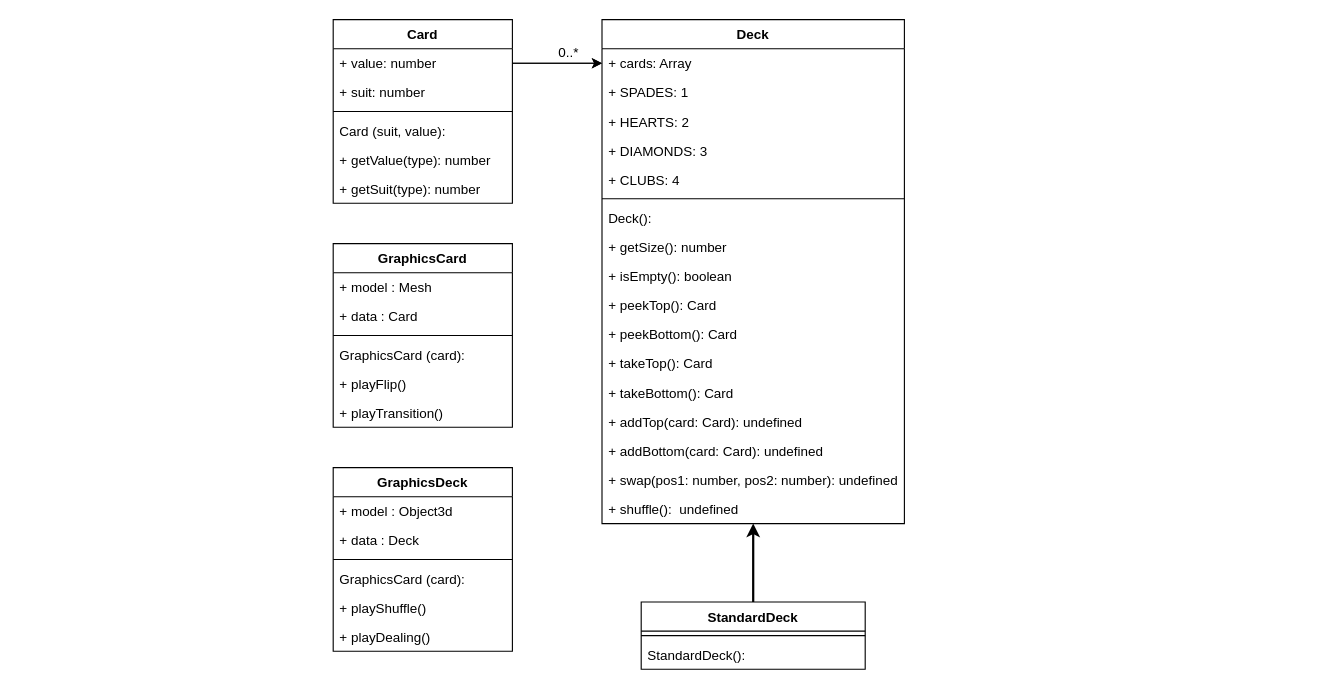
The draw.io diagram page "UML" (1 of 2) of Diagrams/src/UML.drawio in craveiroa/GameOfWar, before the edit. Source tidied: cells renumbered, new cells numbered last; positions are measured from the earlier drawing's top-left corner, leaving out a move shared by most shapes. Both pictures are drawn from the tidied source at 112%, with x=0, y=0 at pixel (333, 19).
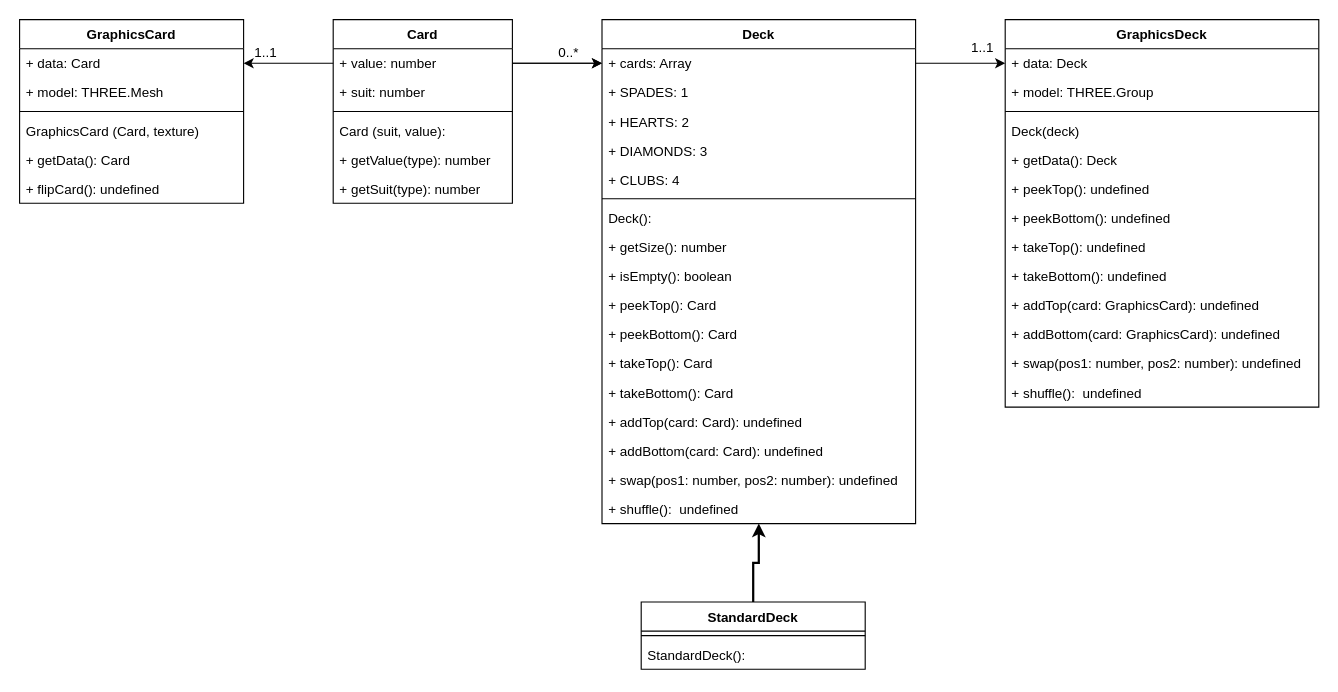
Above is the later version.

The change refers to these unchanged cells:
```xml
<mxCell id="3" value="+ value: number" style="text;strokeColor=none;fillColor=none;align=left;verticalAlign=top;spacingLeft=4;spacingRight=4;overflow=hidden;points=[[0,0.5],[1,0.5]];portConstraint=eastwest;" parent="2" vertex="1">
  <mxGeometry y="26" width="160" height="26" as="geometry" />
</mxCell>
```

The edit, as a diff of the source:
```diff
@@
     <mxCell id="9" value="Deck" style="swimlane;fontStyle=1;align=center;verticalAlign=top;horizontal=1;startSize=26;" parent="1" vertex="1">
-      <mxGeometry x="240" width="270" height="450" as="geometry" />
+      <mxGeometry x="240" width="280" height="450" as="geometry" />
     </mxCell>
     <mxCell id="10" value="+ cards: Array" style="text;strokeColor=none;fillColor=none;align=left;verticalAlign=top;spacingLeft=4;spacingRight=4;overflow=hidden;points=[[0,0.5],[1,0.5]];portConstraint=eastwest;" parent="9" vertex="1">
-      <mxGeometry y="26" width="270" height="26" as="geometry" />
+      <mxGeometry y="26" width="280" height="26" as="geometry" />
     </mxCell>
     <mxCell id="11" value="+ SPADES: 1" style="text;strokeColor=none;fillColor=none;align=left;verticalAlign=top;spacingLeft=4;spacingRight=4;overflow=hidden;" parent="9" vertex="1">
-      <mxGeometry y="52" width="270" height="26" as="geometry" />
+      <mxGeometry y="52" width="280" height="26" as="geometry" />
     </mxCell>
     <mxCell id="12" value="+ HEARTS: 2" style="text;strokeColor=none;fillColor=none;align=left;verticalAlign=top;spacingLeft=4;spacingRight=4;overflow=hidden;" parent="9" vertex="1">
-      <mxGeometry y="78" width="270" height="26" as="geometry" />
+      <mxGeometry y="78" width="280" height="26" as="geometry" />
     </mxCell>
     <mxCell id="13" value="+ DIAMONDS: 3" style="text;strokeColor=none;fillColor=none;align=left;verticalAlign=top;spacingLeft=4;spacingRight=4;overflow=hidden;" parent="9" vertex="1">
-      <mxGeometry y="104" width="270" height="26" as="geometry" />
+      <mxGeometry y="104" width="280" height="26" as="geometry" />
     </mxCell>
     <mxCell id="14" value="+ CLUBS: 4" style="text;strokeColor=none;fillColor=none;align=left;verticalAlign=top;spacingLeft=4;spacingRight=4;overflow=hidden;" parent="9" vertex="1">
-      <mxGeometry y="130" width="270" height="26" as="geometry" />
+      <mxGeometry y="130" width="280" height="26" as="geometry" />
     </mxCell>
     <mxCell id="15" style="line;strokeWidth=1;fillColor=none;align=left;verticalAlign=middle;spacingTop=-1;spacingLeft=3;spacingRight=3;labelPosition=right;strokeColor=inherit;" parent="9" vertex="1">
-      <mxGeometry y="156" width="270" height="8" as="geometry" />
+      <mxGeometry y="156" width="280" height="8" as="geometry" />
     </mxCell>
     <mxCell id="16" value="Deck():" style="text;strokeColor=none;fillColor=none;align=left;verticalAlign=top;spacingLeft=4;spacingRight=4;overflow=hidden;" parent="9" vertex="1">
-      <mxGeometry y="164" width="270" height="26" as="geometry" />
+      <mxGeometry y="164" width="280" height="26" as="geometry" />
     </mxCell>
     <mxCell id="17" value="+ getSize(): number" style="text;strokeColor=none;fillColor=none;align=left;verticalAlign=top;spacingLeft=4;spacingRight=4;overflow=hidden;" parent="9" vertex="1">
-      <mxGeometry y="190" width="270" height="26" as="geometry" />
+      <mxGeometry y="190" width="280" height="26" as="geometry" />
     </mxCell>
     <mxCell id="18" value="+ isEmpty(): boolean" style="text;strokeColor=none;fillColor=none;align=left;verticalAlign=top;spacingLeft=4;spacingRight=4;overflow=hidden;" parent="9" vertex="1">
-      <mxGeometry y="216" width="270" height="26" as="geometry" />
+      <mxGeometry y="216" width="280" height="26" as="geometry" />
     </mxCell>
     <mxCell id="19" value="+ peekTop(): Card" style="text;strokeColor=none;fillColor=none;align=left;verticalAlign=top;spacingLeft=4;spacingRight=4;overflow=hidden;" parent="9" vertex="1">
-      <mxGeometry y="242" width="270" height="26" as="geometry" />
+      <mxGeometry y="242" width="280" height="26" as="geometry" />
     </mxCell>
     <mxCell id="20" value="+ peekBottom(): Card" style="text;strokeColor=none;fillColor=none;align=left;verticalAlign=top;spacingLeft=4;spacingRight=4;overflow=hidden;" parent="9" vertex="1">
-      <mxGeometry y="268" width="270" height="26" as="geometry" />
+      <mxGeometry y="268" width="280" height="26" as="geometry" />
     </mxCell>
     <mxCell id="21" value="+ takeTop(): Card" style="text;strokeColor=none;fillColor=none;align=left;verticalAlign=top;spacingLeft=4;spacingRight=4;overflow=hidden;" parent="9" vertex="1">
-      <mxGeometry y="294" width="270" height="26" as="geometry" />
+      <mxGeometry y="294" width="280" height="26" as="geometry" />
     </mxCell>
     <mxCell id="22" value="+ takeBottom(): Card" style="text;strokeColor=none;fillColor=none;align=left;verticalAlign=top;spacingLeft=4;spacingRight=4;overflow=hidden;" parent="9" vertex="1">
-      <mxGeometry y="320" width="270" height="26" as="geometry" />
+      <mxGeometry y="320" width="280" height="26" as="geometry" />
     </mxCell>
     <mxCell id="23" value="+ addTop(card: Card): undefined" style="text;strokeColor=none;fillColor=none;align=left;verticalAlign=top;spacingLeft=4;spacingRight=4;overflow=hidden;" parent="9" vertex="1">
-      <mxGeometry y="346" width="270" height="26" as="geometry" />
+      <mxGeometry y="346" width="280" height="26" as="geometry" />
     </mxCell>
     <mxCell id="24" value="+ addBottom(card: Card): undefined" style="text;strokeColor=none;fillColor=none;align=left;verticalAlign=top;spacingLeft=4;spacingRight=4;overflow=hidden;" parent="9" vertex="1">
-      <mxGeometry y="372" width="270" height="26" as="geometry" />
+      <mxGeometry y="372" width="280" height="26" as="geometry" />
     </mxCell>
     <mxCell id="25" value="+ swap(pos1: number, pos2: number): undefined" style="text;strokeColor=none;fillColor=none;align=left;verticalAlign=top;spacingLeft=4;spacingRight=4;overflow=hidden;" parent="9" vertex="1">
-      <mxGeometry y="398" width="270" height="26" as="geometry" />
+      <mxGeometry y="398" width="280" height="26" as="geometry" />
     </mxCell>
     <mxCell id="26" value="+ shuffle():  undefined" style="text;strokeColor=none;fillColor=none;align=left;verticalAlign=top;spacingLeft=4;spacingRight=4;overflow=hidden;points=[[0,0.5],[1,0.5]];portConstraint=eastwest;" parent="9" vertex="1">
-      <mxGeometry y="424" width="270" height="26" as="geometry" />
+      <mxGeometry y="424" width="280" height="26" as="geometry" />
     </mxCell>
@@
     <mxCell id="34" value="GraphicsCard" style="swimlane;fontStyle=1;align=center;verticalAlign=top;horizontal=1;startSize=26;" parent="1" vertex="1">
-      <mxGeometry y="200" width="160" height="164" as="geometry" />
+      <mxGeometry x="-280" width="200" height="164" as="geometry" />
     </mxCell>
-    <mxCell id="35" value="+ model : Mesh" style="text;strokeColor=none;fillColor=none;align=left;verticalAlign=top;spacingLeft=4;spacingRight=4;overflow=hidden;" parent="34" vertex="1">
-      <mxGeometry y="26" width="160" height="26" as="geometry" />
-    </mxCell>
-    <mxCell id="36" value="+ data : Card" style="text;strokeColor=none;fillColor=none;align=left;verticalAlign=top;spacingLeft=4;spacingRight=4;overflow=hidden;" parent="34" vertex="1">
-      <mxGeometry y="52" width="160" height="26" as="geometry" />
-    </mxCell>
-    <mxCell id="37" style="line;strokeWidth=1;fillColor=none;align=left;verticalAlign=middle;spacingTop=-1;spacingLeft=3;spacingRight=3;labelPosition=right;strokeColor=inherit;" parent="34" vertex="1">
-      <mxGeometry y="78" width="160" height="8" as="geometry" />
-    </mxCell>
-    <mxCell id="38" value="GraphicsCard (card):" style="text;strokeColor=none;fillColor=none;align=left;verticalAlign=top;spacingLeft=4;spacingRight=4;overflow=hidden;" parent="34" vertex="1">
-      <mxGeometry y="86" width="160" height="26" as="geometry" />
-    </mxCell>
-    <mxCell id="39" value="+ playFlip()" style="text;strokeColor=none;fillColor=none;align=left;verticalAlign=top;spacingLeft=4;spacingRight=4;overflow=hidden;" parent="34" vertex="1">
-      <mxGeometry y="112" width="160" height="26" as="geometry" />
-    </mxCell>
-    <mxCell id="40" value="+ playTransition()" style="text;strokeColor=none;fillColor=none;align=left;verticalAlign=top;spacingLeft=4;spacingRight=4;overflow=hidden;" parent="34" vertex="1">
-      <mxGeometry y="138" width="160" height="26" as="geometry" />
-    </mxCell>
+    <mxCell id="48" value="+ data: Card" style="text;strokeColor=none;fillColor=none;align=left;verticalAlign=top;spacingLeft=4;spacingRight=4;overflow=hidden;points=[[0,0.5],[1,0.5]];portConstraint=eastwest;" parent="34" vertex="1">
+      <mxGeometry y="26" width="200" height="26" as="geometry" />
+    </mxCell>
+    <mxCell id="49" value="+ model: THREE.Mesh" style="text;strokeColor=none;fillColor=none;align=left;verticalAlign=top;spacingLeft=4;spacingRight=4;overflow=hidden;" parent="34" vertex="1">
+      <mxGeometry y="52" width="200" height="26" as="geometry" />
+    </mxCell>
+    <mxCell id="50" style="line;strokeWidth=1;fillColor=none;align=left;verticalAlign=middle;spacingTop=-1;spacingLeft=3;spacingRight=3;labelPosition=right;strokeColor=inherit;" parent="34" vertex="1">
+      <mxGeometry y="78" width="200" height="8" as="geometry" />
+    </mxCell>
+    <mxCell id="51" value="GraphicsCard (Card, texture)" style="text;strokeColor=none;fillColor=none;align=left;verticalAlign=top;spacingLeft=4;spacingRight=4;overflow=hidden;" parent="34" vertex="1">
+      <mxGeometry y="86" width="200" height="26" as="geometry" />
+    </mxCell>
+    <mxCell id="52" value="+ getData(): Card" style="text;strokeColor=none;fillColor=none;align=left;verticalAlign=top;spacingLeft=4;spacingRight=4;overflow=hidden;" parent="34" vertex="1">
+      <mxGeometry y="112" width="200" height="26" as="geometry" />
+    </mxCell>
+    <mxCell id="53" value="+ flipCard(): undefined" style="text;strokeColor=none;fillColor=none;align=left;verticalAlign=top;spacingLeft=4;spacingRight=4;overflow=hidden;" parent="34" vertex="1">
+      <mxGeometry y="138" width="200" height="26" as="geometry" />
+    </mxCell>
+    <mxCell id="54" style="edgeStyle=orthogonalEdgeStyle;rounded=0;jettySize=auto;html=1;exitX=0;exitY=0.5;exitDx=0;exitDy=0;entryX=1;entryY=0.5;entryDx=0;entryDy=0;" parent="1" edge="1" source="3" target="48">
+      <mxGeometry relative="1" as="geometry" />
+    </mxCell>
+    <mxCell id="55" value="1..1" style="text;html=1;strokeColor=none;fillColor=none;align=center;verticalAlign=middle;whiteSpace=wrap;rounded=0;" parent="1" vertex="1">
+      <mxGeometry x="-90" y="15" width="60" height="30" as="geometry" />
+    </mxCell>
     <mxCell id="41" value="GraphicsDeck" style="swimlane;fontStyle=1;align=center;verticalAlign=top;horizontal=1;startSize=26;" parent="1" vertex="1">
-      <mxGeometry y="400" width="160" height="164" as="geometry" />
+      <mxGeometry x="600" width="280" height="346" as="geometry" />
     </mxCell>
-    <mxCell id="42" value="+ model : Object3d" style="text;strokeColor=none;fillColor=none;align=left;verticalAlign=top;spacingLeft=4;spacingRight=4;overflow=hidden;" parent="41" vertex="1">
-      <mxGeometry y="26" width="160" height="26" as="geometry" />
-    </mxCell>
-    <mxCell id="43" value="+ data : Deck" style="text;strokeColor=none;fillColor=none;align=left;verticalAlign=top;spacingLeft=4;spacingRight=4;overflow=hidden;" parent="41" vertex="1">
-      <mxGeometry y="52" width="160" height="26" as="geometry" />
-    </mxCell>
-    <mxCell id="44" style="line;strokeWidth=1;fillColor=none;align=left;verticalAlign=middle;spacingTop=-1;spacingLeft=3;spacingRight=3;labelPosition=right;strokeColor=inherit;" parent="41" vertex="1">
-      <mxGeometry y="78" width="160" height="8" as="geometry" />
-    </mxCell>
-    <mxCell id="45" value="GraphicsCard (card):" style="text;strokeColor=none;fillColor=none;align=left;verticalAlign=top;spacingLeft=4;spacingRight=4;overflow=hidden;" parent="41" vertex="1">
-      <mxGeometry y="86" width="160" height="26" as="geometry" />
-    </mxCell>
-    <mxCell id="46" value="+ playShuffle()" style="text;strokeColor=none;fillColor=none;align=left;verticalAlign=top;spacingLeft=4;spacingRight=4;overflow=hidden;" parent="41" vertex="1">
-      <mxGeometry y="112" width="160" height="26" as="geometry" />
-    </mxCell>
-    <mxCell id="47" value="+ playDealing()" style="text;strokeColor=none;fillColor=none;align=left;verticalAlign=top;spacingLeft=4;spacingRight=4;overflow=hidden;" parent="41" vertex="1">
-      <mxGeometry y="138" width="160" height="26" as="geometry" />
-    </mxCell>
+    <mxCell id="56" value="+ data: Deck" style="text;strokeColor=none;fillColor=none;align=left;verticalAlign=top;spacingLeft=4;spacingRight=4;overflow=hidden;points=[[0,0.5],[1,0.5]];portConstraint=eastwest;" parent="41" vertex="1">
+      <mxGeometry y="26" width="280" height="26" as="geometry" />
+    </mxCell>
+    <mxCell id="57" value="+ model: THREE.Group" style="text;strokeColor=none;fillColor=none;align=left;verticalAlign=top;spacingLeft=4;spacingRight=4;overflow=hidden;" parent="41" vertex="1">
+      <mxGeometry y="52" width="280" height="26" as="geometry" />
+    </mxCell>
+    <mxCell id="58" style="line;strokeWidth=1;fillColor=none;align=left;verticalAlign=middle;spacingTop=-1;spacingLeft=3;spacingRight=3;labelPosition=right;strokeColor=inherit;" parent="41" vertex="1">
+      <mxGeometry y="78" width="280" height="8" as="geometry" />
+    </mxCell>
+    <mxCell id="59" value="Deck(deck)" style="text;strokeColor=none;fillColor=none;align=left;verticalAlign=top;spacingLeft=4;spacingRight=4;overflow=hidden;" parent="41" vertex="1">
+      <mxGeometry y="86" width="280" height="26" as="geometry" />
+    </mxCell>
+    <mxCell id="60" value="+ getData(): Deck" style="text;strokeColor=none;fillColor=none;align=left;verticalAlign=top;spacingLeft=4;spacingRight=4;overflow=hidden;" parent="41" vertex="1">
+      <mxGeometry y="112" width="280" height="26" as="geometry" />
+    </mxCell>
+    <mxCell id="61" value="+ peekTop(): undefined" style="text;strokeColor=none;fillColor=none;align=left;verticalAlign=top;spacingLeft=4;spacingRight=4;overflow=hidden;" parent="41" vertex="1">
+      <mxGeometry y="138" width="280" height="26" as="geometry" />
+    </mxCell>
+    <mxCell id="62" value="+ peekBottom(): undefined" style="text;strokeColor=none;fillColor=none;align=left;verticalAlign=top;spacingLeft=4;spacingRight=4;overflow=hidden;" parent="41" vertex="1">
+      <mxGeometry y="164" width="280" height="26" as="geometry" />
+    </mxCell>
+    <mxCell id="63" value="+ takeTop(): undefined" style="text;strokeColor=none;fillColor=none;align=left;verticalAlign=top;spacingLeft=4;spacingRight=4;overflow=hidden;" parent="41" vertex="1">
+      <mxGeometry y="190" width="280" height="26" as="geometry" />
+    </mxCell>
+    <mxCell id="64" value="+ takeBottom(): undefined" style="text;strokeColor=none;fillColor=none;align=left;verticalAlign=top;spacingLeft=4;spacingRight=4;overflow=hidden;" parent="41" vertex="1">
+      <mxGeometry y="216" width="280" height="26" as="geometry" />
+    </mxCell>
+    <mxCell id="65" value="+ addTop(card: GraphicsCard): undefined" style="text;strokeColor=none;fillColor=none;align=left;verticalAlign=top;spacingLeft=4;spacingRight=4;overflow=hidden;" parent="41" vertex="1">
+      <mxGeometry y="242" width="280" height="26" as="geometry" />
+    </mxCell>
+    <mxCell id="66" value="+ addBottom(card: GraphicsCard): undefined" style="text;strokeColor=none;fillColor=none;align=left;verticalAlign=top;spacingLeft=4;spacingRight=4;overflow=hidden;" parent="41" vertex="1">
+      <mxGeometry y="268" width="280" height="26" as="geometry" />
+    </mxCell>
+    <mxCell id="67" value="+ swap(pos1: number, pos2: number): undefined" style="text;strokeColor=none;fillColor=none;align=left;verticalAlign=top;spacingLeft=4;spacingRight=4;overflow=hidden;" parent="41" vertex="1">
+      <mxGeometry y="294" width="280" height="26" as="geometry" />
+    </mxCell>
+    <mxCell id="68" value="+ shuffle():  undefined" style="text;strokeColor=none;fillColor=none;align=left;verticalAlign=top;spacingLeft=4;spacingRight=4;overflow=hidden;" parent="41" vertex="1">
+      <mxGeometry y="320" width="280" height="26" as="geometry" />
+    </mxCell>
+    <mxCell id="69" style="edgeStyle=orthogonalEdgeStyle;rounded=0;jettySize=auto;html=1;exitX=1;exitY=0.5;exitDx=0;exitDy=0;entryX=0;entryY=0.5;entryDx=0;entryDy=0;" parent="1" edge="1" source="10" target="56">
+      <mxGeometry relative="1" as="geometry" />
+    </mxCell>
+    <mxCell id="70" value="1..1" style="text;html=1;strokeColor=none;fillColor=none;align=center;verticalAlign=middle;whiteSpace=wrap;rounded=0;" parent="1" vertex="1">
+      <mxGeometry x="550" y="10" width="60" height="30" as="geometry" />
+    </mxCell>
```
